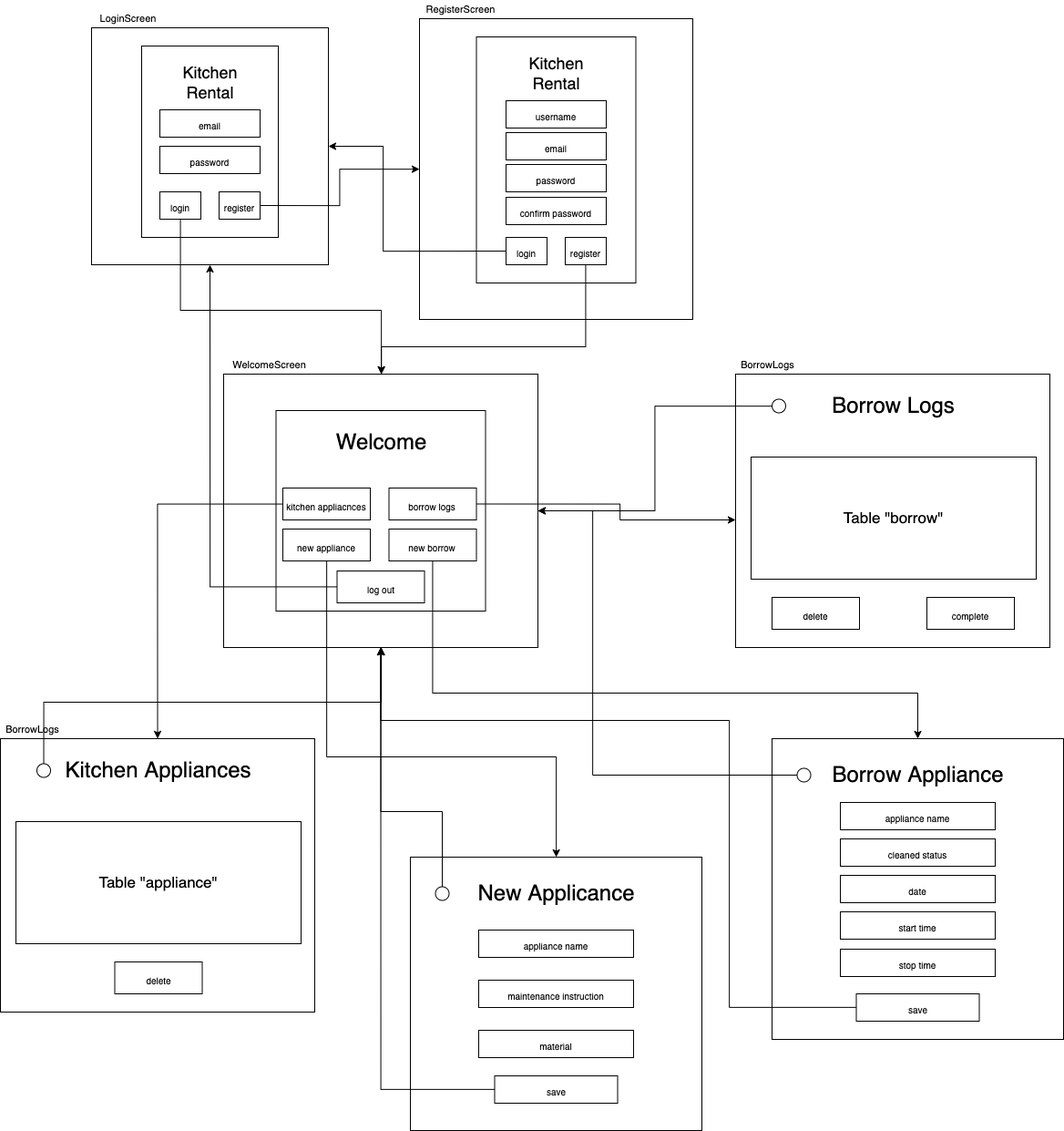
The draw.io diagram Project_3/wireframe_diagram.drawio.png in MichaelT2828/Unit_3, before a commit. Source tidied: cells renumbered, new cells last; positions are measured from the earlier drawing's top-left corner, leaving out a move shared by most shapes.
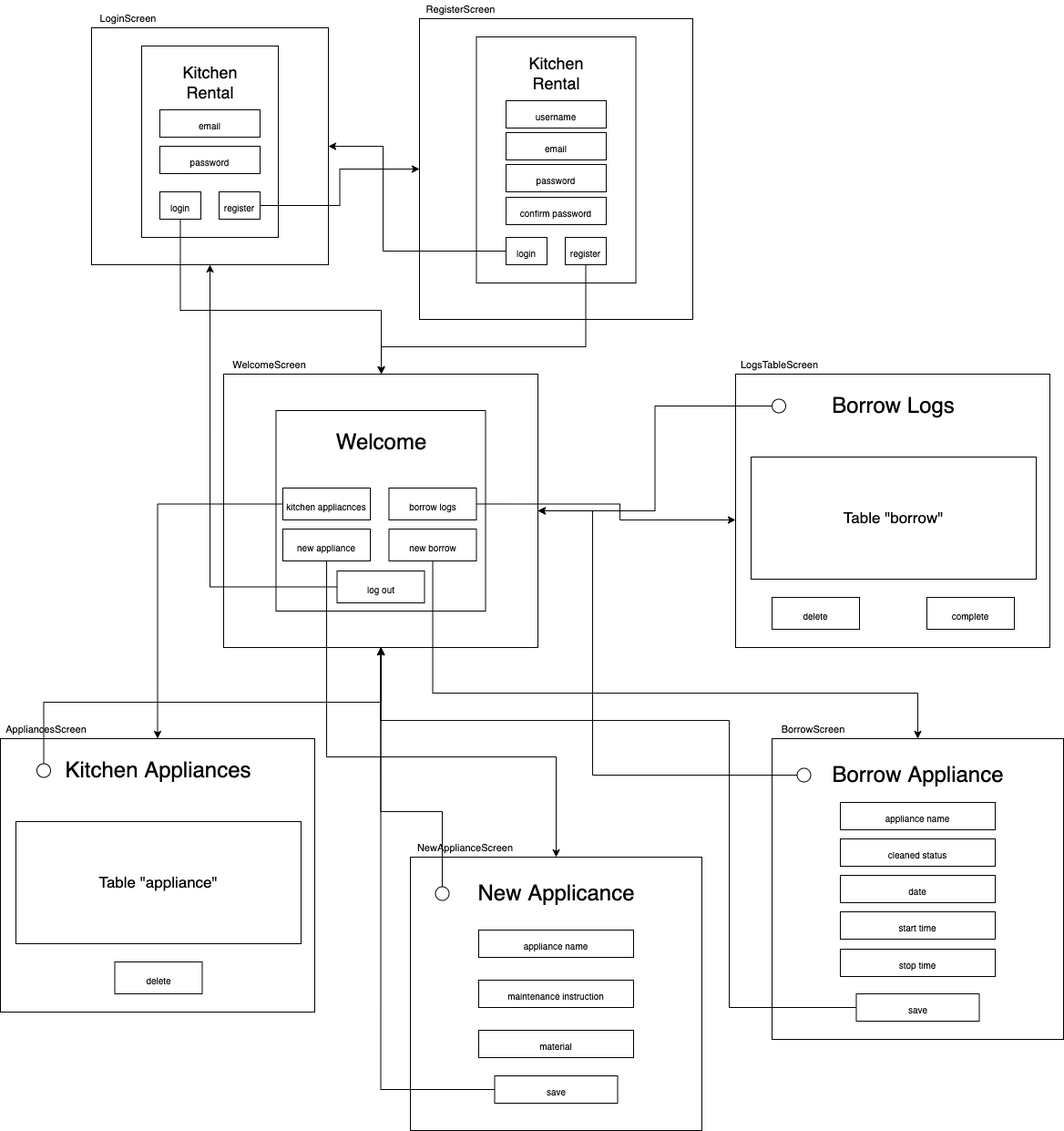
After the commit.

What changed in the source:
```diff
@@ -147,8 +147,8 @@
     <mxCell id="38" style="rounded=0;whiteSpace=wrap;html=1;labelBackgroundColor=none;fontSize=17;fontColor=none;" parent="1" vertex="1">
       <mxGeometry x="807" y="410" width="345" height="300" as="geometry" />
     </mxCell>
-    <mxCell id="39" value="BorrowLogs" style="text;html=1;align=center;verticalAlign=middle;strokeColor=none;fillColor=none;fontSize=11;" parent="1" vertex="1">
-      <mxGeometry x="807" y="390" width="70" height="20" as="geometry" />
+    <mxCell id="39" value="LogsTableScreen" style="text;html=1;align=center;verticalAlign=middle;strokeColor=none;fillColor=none;fontSize=11;" parent="1" vertex="1">
+      <mxGeometry x="804.5" y="390" width="100" height="20" as="geometry" />
     </mxCell>
     <mxCell id="40" value="&lt;font style=&quot;font-size: 24px&quot;&gt;Borrow Logs&lt;br&gt;&lt;/font&gt;" style="text;html=1;align=center;verticalAlign=middle;strokeColor=none;fillColor=none;fontSize=11;" parent="1" vertex="1">
       <mxGeometry x="904.5" y="435" width="150" height="20" as="geometry" />
@@ -171,8 +171,8 @@
     <mxCell id="46" style="rounded=0;whiteSpace=wrap;html=1;labelBackgroundColor=none;fontSize=17;fontColor=none;" parent="1" vertex="1">
       <mxGeometry y="810" width="345" height="300" as="geometry" />
     </mxCell>
-    <mxCell id="47" value="BorrowLogs" style="text;html=1;align=center;verticalAlign=middle;strokeColor=none;fillColor=none;fontSize=11;" parent="1" vertex="1">
-      <mxGeometry y="790" width="70" height="20" as="geometry" />
+    <mxCell id="47" value="AppliancesScreen" style="text;html=1;align=center;verticalAlign=middle;strokeColor=none;fillColor=none;fontSize=11;" parent="1" vertex="1">
+      <mxGeometry y="790" width="100" height="20" as="geometry" />
     </mxCell>
     <mxCell id="48" value="&lt;font style=&quot;font-size: 24px&quot;&gt;Kitchen Appliances&lt;br&gt;&lt;/font&gt;" style="text;html=1;align=center;verticalAlign=middle;strokeColor=none;fillColor=none;fontSize=11;" parent="1" vertex="1">
       <mxGeometry x="62.5" y="835" width="220" height="20" as="geometry" />
@@ -274,5 +274,11 @@
     <mxCell id="72" value="&lt;font size=&quot;1&quot;&gt;stop time&lt;/font&gt;&lt;span style=&quot;color: rgba(0 , 0 , 0 , 0) ; font-family: monospace ; font-size: 0px ; background-color: rgb(248 , 249 , 250)&quot;&gt;%3CmxGraphModel%3E%3Croot%3E%3CmxCell%20id%3D%220%22%2F%3E%3CmxCell%20id%3D%221%22%20parent%3D%220%22%2F%3E%3CmxCell%20id%3D%222%22%20value%3D%22%26lt%3Bfont%20size%3D%26quot%3B1%26quot%3B%26gt%3Bmaterial%26lt%3B%2Ffont%26gt%3B%22%20style%3D%22rounded%3D0%3BwhiteSpace%3Dwrap%3Bhtml%3D1%3BlabelBackgroundColor%3D%23ffffff%3BfontSize%3D18%3B%22%20vertex%3D%221%22%20parent%3D%221%22%3E%3CmxGeometry%20x%3D%22942%22%20y%3D%221050%22%20width%3D%22170%22%20height%3D%2230%22%20as%3D%22geometry%22%2F%3E%3C%2FmxCell%3E%3C%2Froot%3E%3C%2FmxGraphModel%3E&lt;/span&gt;" style="rounded=0;whiteSpace=wrap;html=1;labelBackgroundColor=#ffffff;fontSize=18;" parent="1" vertex="1">
       <mxGeometry x="922" y="1041" width="170" height="30" as="geometry" />
     </mxCell>
+    <mxCell id="73" value="NewApplianceScreen" style="text;html=1;align=center;verticalAlign=middle;strokeColor=none;fillColor=none;fontSize=11;" parent="1" vertex="1">
+      <mxGeometry x="450" y="920" width="120" height="20" as="geometry" />
+    </mxCell>
+    <mxCell id="74" value="BorrowScreen" style="text;html=1;align=center;verticalAlign=middle;strokeColor=none;fillColor=none;fontSize=11;" parent="1" vertex="1">
+      <mxGeometry x="847" y="790" width="90" height="20" as="geometry" />
+    </mxCell>
   </root>
 </mxGraphModel>
```
